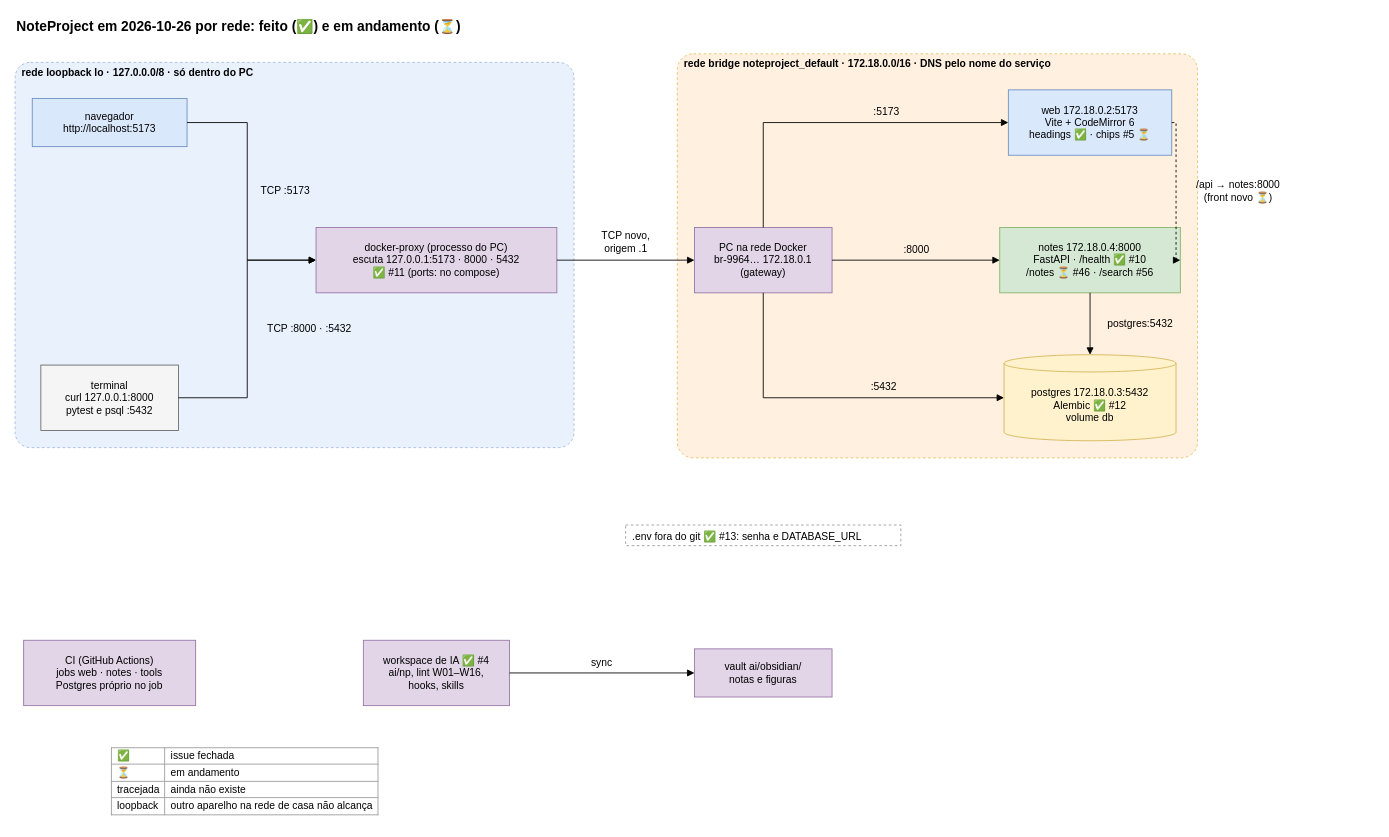
This is ai/kb/diagramas/o-que-ja-foi-feito.drawio from LuccaRh/NoteProject, a draw.io file, before an edit. Source tidied: cells renumbered, new cells numbered last; positions are measured from the earlier drawing's top-left corner, leaving out a move shared by most shapes. Both pictures are drawn from the tidied source at 86%, with x=0, y=0 at pixel (15, 15).
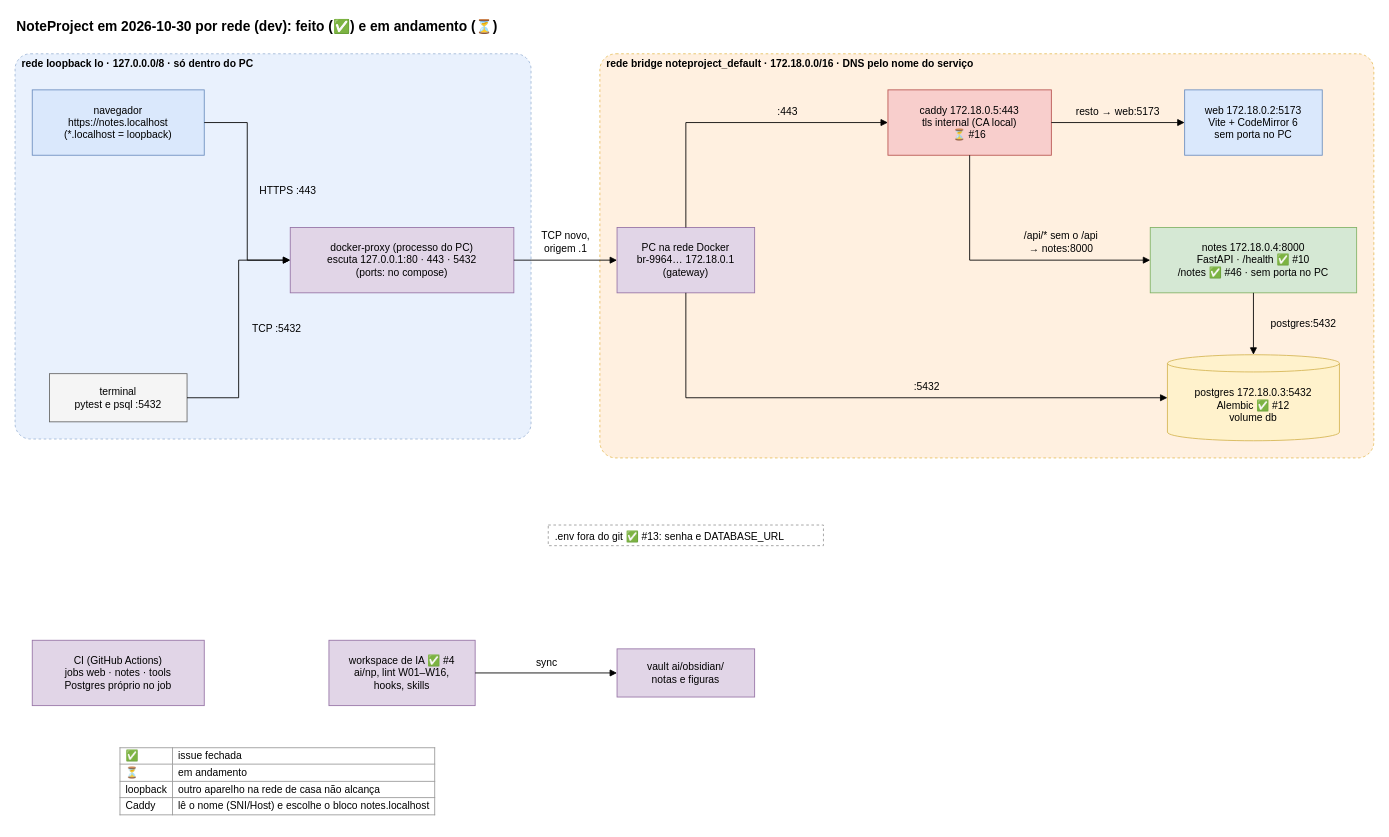
Above is the later version.

The edit, as a diff of the source:
```diff
@@
-    <mxCell id="2" value="NoteProject em 2026-10-26 por rede: feito (✅) e em andamento (⏳)" style="text;html=1;align=left;verticalAlign=middle;fontSize=16;fontStyle=1;" parent="1" vertex="1">
-      <mxGeometry width="603" height="26" as="geometry" />
+    <mxCell id="2" value="NoteProject em 2026-10-30 por rede (dev): feito (✅) e em andamento (⏳)" style="text;html=1;align=left;verticalAlign=middle;fontSize=16;fontStyle=1;" parent="1" vertex="1">
+      <mxGeometry width="658" height="26" as="geometry" />
     </mxCell>
+    <mxCell id="4" style="rounded=1;arcSize=4;dashed=1;html=1;fontSize=12;fillColor=#ffe6cc;strokeColor=#d79b00;opacity=60;" parent="1" vertex="1">
+      <mxGeometry x="680" y="45" width="900" height="470" as="geometry" />
+    </mxCell>
     <mxCell id="3" style="rounded=1;arcSize=4;dashed=1;html=1;fontSize=12;fillColor=#dae8fc;strokeColor=#6c8ebf;opacity=60;" parent="1" vertex="1">
-      <mxGeometry y="55" width="650" height="448" as="geometry" />
+      <mxGeometry y="45" width="600" height="448" as="geometry" />
     </mxCell>
-    <mxCell id="4" style="rounded=1;arcSize=4;dashed=1;html=1;fontSize=12;fillColor=#ffe6cc;strokeColor=#d79b00;opacity=60;" parent="1" vertex="1">
-      <mxGeometry x="770" y="45" width="605" height="470" as="geometry" />
-    </mxCell>
-    <mxCell id="5" value="navegador&lt;br&gt;http://localhost:5173" style="html=1;whiteSpace=wrap;fontSize=12;rounded=0;fillColor=#dae8fc;strokeColor=#6c8ebf;" parent="1" vertex="1">
-      <mxGeometry x="20" y="97" width="180" height="56" as="geometry" />
+    <mxCell id="5" value="navegador&lt;br&gt;https://notes.localhost&lt;br&gt;(*.localhost = loopback)" style="html=1;whiteSpace=wrap;fontSize=12;rounded=0;fillColor=#dae8fc;strokeColor=#6c8ebf;" parent="1" vertex="1">
+      <mxGeometry x="20" y="87" width="200" height="76" as="geometry" />
     </mxCell>
-    <mxCell id="6" value="terminal&lt;br&gt;curl 127.0.0.1:8000&lt;br&gt;pytest e psql :5432" style="html=1;whiteSpace=wrap;fontSize=12;rounded=0;fillColor=#f5f5f5;strokeColor=#666666;" parent="1" vertex="1">
-      <mxGeometry x="30" y="407" width="160" height="76" as="geometry" />
+    <mxCell id="6" value="terminal&lt;br&gt;pytest e psql :5432" style="html=1;whiteSpace=wrap;fontSize=12;rounded=0;fillColor=#f5f5f5;strokeColor=#666666;" parent="1" vertex="1">
+      <mxGeometry x="40" y="417" width="160" height="56" as="geometry" />
     </mxCell>
-    <mxCell id="7" value="docker-proxy (processo do PC)&lt;br&gt;escuta 127.0.0.1:5173 · 8000 · 5432&lt;br&gt;✅ #11 (ports: no compose)" style="html=1;whiteSpace=wrap;fontSize=12;rounded=0;fillColor=#e1d5e7;strokeColor=#9673a6;" parent="1" vertex="1">
-      <mxGeometry x="350" y="247" width="280" height="76" as="geometry" />
+    <mxCell id="7" value="docker-proxy (processo do PC)&lt;br&gt;escuta 127.0.0.1:80 · 443 · 5432&lt;br&gt;(ports: no compose)" style="html=1;whiteSpace=wrap;fontSize=12;rounded=0;fillColor=#e1d5e7;strokeColor=#9673a6;" parent="1" vertex="1">
+      <mxGeometry x="320" y="247" width="260" height="76" as="geometry" />
     </mxCell>
     <mxCell id="8" value="PC na rede Docker&lt;br&gt;br-9964… 172.18.0.1&lt;br&gt;(gateway)" style="html=1;whiteSpace=wrap;fontSize=12;rounded=0;fillColor=#e1d5e7;strokeColor=#9673a6;" parent="1" vertex="1">
-      <mxGeometry x="790" y="247" width="160" height="76" as="geometry" />
+      <mxGeometry x="700" y="247" width="160" height="76" as="geometry" />
     </mxCell>
+    <mxCell id="37" value="caddy 172.18.0.5:443&lt;br&gt;tls internal (CA local)&lt;br&gt;⏳ #16" style="html=1;whiteSpace=wrap;fontSize=12;rounded=0;fillColor=#f8cecc;strokeColor=#b85450;" parent="1" vertex="1">
+      <mxGeometry x="1015" y="87" width="190" height="76" as="geometry" />
+    </mxCell>
-    <mxCell id="9" value="web 172.18.0.2:5173&lt;br&gt;Vite + CodeMirror 6&lt;br&gt;headings ✅ · chips #5 ⏳" style="html=1;whiteSpace=wrap;fontSize=12;rounded=0;fillColor=#dae8fc;strokeColor=#6c8ebf;" parent="1" vertex="1">
-      <mxGeometry x="1155" y="87" width="190" height="76" as="geometry" />
+    <mxCell id="9" value="web 172.18.0.2:5173&lt;br&gt;Vite + CodeMirror 6&lt;br&gt;sem porta no PC" style="html=1;whiteSpace=wrap;fontSize=12;rounded=0;fillColor=#dae8fc;strokeColor=#6c8ebf;" parent="1" vertex="1">
+      <mxGeometry x="1360" y="87" width="160" height="76" as="geometry" />
     </mxCell>
-    <mxCell id="10" value="notes 172.18.0.4:8000&lt;br&gt;FastAPI · /health ✅ #10&lt;br&gt;/notes ⏳ #46 · /search #56" style="html=1;whiteSpace=wrap;fontSize=12;rounded=0;fillColor=#d5e8d4;strokeColor=#82b366;" parent="1" vertex="1">
-      <mxGeometry x="1145" y="247" width="210" height="76" as="geometry" />
+    <mxCell id="10" value="notes 172.18.0.4:8000&lt;br&gt;FastAPI · /health ✅ #10&lt;br&gt;/notes ✅ #46 · sem porta no PC" style="html=1;whiteSpace=wrap;fontSize=12;rounded=0;fillColor=#d5e8d4;strokeColor=#82b366;" parent="1" vertex="1">
+      <mxGeometry x="1320" y="247" width="240" height="76" as="geometry" />
     </mxCell>
     <mxCell id="11" value="postgres 172.18.0.3:5432&lt;br&gt;Alembic ✅ #12&lt;br&gt;volume db" style="html=1;whiteSpace=wrap;fontSize=12;shape=cylinder3;boundedLbl=1;backgroundOutline=1;size=10;fillColor=#fff2cc;strokeColor=#d6b656;" parent="1" vertex="1">
-      <mxGeometry x="1150" y="395" width="200" height="100" as="geometry" />
+      <mxGeometry x="1340" y="395" width="200" height="100" as="geometry" />
     </mxCell>
     <mxCell id="12" value=".env fora do git ✅ #13: senha e DATABASE_URL" style="text;html=1;whiteSpace=wrap;fontSize=12;align=left;verticalAlign=top;strokeColor=#999999;dashed=1;spacingLeft=6;" parent="1" vertex="1">
-      <mxGeometry x="710" y="593" width="320" height="24" as="geometry" />
+      <mxGeometry x="620" y="593" width="320" height="24" as="geometry" />
     </mxCell>
     <mxCell id="13" value="CI (GitHub Actions)&lt;br&gt;jobs web · notes · tools&lt;br&gt;Postgres próprio no job" style="html=1;whiteSpace=wrap;fontSize=12;rounded=0;fillColor=#e1d5e7;strokeColor=#9673a6;" parent="1" vertex="1">
-      <mxGeometry x="10" y="727" width="200" height="76" as="geometry" />
+      <mxGeometry x="20" y="727" width="200" height="76" as="geometry" />
     </mxCell>
     <mxCell id="14" value="workspace de IA ✅ #4&lt;br&gt;ai/np, lint W01–W16,&lt;br&gt;hooks, skills" style="html=1;whiteSpace=wrap;fontSize=12;rounded=0;fillColor=#e1d5e7;strokeColor=#9673a6;" parent="1" vertex="1">
-      <mxGeometry x="405" y="727" width="170" height="76" as="geometry" />
+      <mxGeometry x="365" y="727" width="170" height="76" as="geometry" />
     </mxCell>
     <mxCell id="15" value="vault ai/obsidian/&lt;br&gt;notas e figuras" style="html=1;whiteSpace=wrap;fontSize=12;rounded=0;fillColor=#e1d5e7;strokeColor=#9673a6;" parent="1" vertex="1">
-      <mxGeometry x="790" y="737" width="160" height="56" as="geometry" />
+      <mxGeometry x="700" y="737" width="160" height="56" as="geometry" />
     </mxCell>
     <mxCell id="16" style="html=1;rounded=0;endArrow=block;endFill=1;startArrow=none;" parent="1" edge="1">
       <mxGeometry relative="1" as="geometry">
-        <mxPoint x="200" y="125" as="sourcePoint" />
-        <mxPoint x="350" y="285" as="targetPoint" />
+        <mxPoint x="220" y="125" as="sourcePoint" />
+        <mxPoint x="320" y="285" as="targetPoint" />
         <Array as="points">
           <mxPoint x="270" y="125" />
           <mxPoint x="270" y="285" />
         </Array>
       </mxGeometry>
     </mxCell>
     <mxCell id="17" style="html=1;rounded=0;endArrow=block;endFill=1;startArrow=none;" parent="1" edge="1">
       <mxGeometry relative="1" as="geometry">
-        <mxPoint x="190" y="445" as="sourcePoint" />
-        <mxPoint x="350" y="285" as="targetPoint" />
+        <mxPoint x="200" y="445" as="sourcePoint" />
+        <mxPoint x="320" y="285" as="targetPoint" />
         <Array as="points">
-          <mxPoint x="270" y="445" />
-          <mxPoint x="270" y="285" />
+          <mxPoint x="260" y="445" />
+          <mxPoint x="260" y="285" />
         </Array>
       </mxGeometry>
     </mxCell>
     <mxCell id="18" style="html=1;rounded=0;endArrow=block;endFill=1;startArrow=none;" parent="1" edge="1">
       <mxGeometry relative="1" as="geometry">
-        <mxPoint x="630" y="285" as="sourcePoint" />
-        <mxPoint x="790" y="285" as="targetPoint" />
+        <mxPoint x="580" y="285" as="sourcePoint" />
+        <mxPoint x="700" y="285" as="targetPoint" />
       </mxGeometry>
     </mxCell>
     <mxCell id="19" style="html=1;rounded=0;endArrow=block;endFill=1;startArrow=none;" parent="1" edge="1">
       <mxGeometry relative="1" as="geometry">
-        <mxPoint x="870" y="247" as="sourcePoint" />
-        <mxPoint x="1155" y="125" as="targetPoint" />
+        <mxPoint x="780" y="247" as="sourcePoint" />
+        <mxPoint x="1015" y="125" as="targetPoint" />
         <Array as="points">
-          <mxPoint x="870" y="125" />
+          <mxPoint x="780" y="125" />
         </Array>
       </mxGeometry>
     </mxCell>
     <mxCell id="20" style="html=1;rounded=0;endArrow=block;endFill=1;startArrow=none;" parent="1" edge="1">
       <mxGeometry relative="1" as="geometry">
-        <mxPoint x="950" y="285" as="sourcePoint" />
-        <mxPoint x="1145" y="285" as="targetPoint" />
+        <mxPoint x="1205" y="125" as="sourcePoint" />
+        <mxPoint x="1360" y="125" as="targetPoint" />
       </mxGeometry>
     </mxCell>
     <mxCell id="21" style="html=1;rounded=0;endArrow=block;endFill=1;startArrow=none;" parent="1" edge="1">
       <mxGeometry relative="1" as="geometry">
-        <mxPoint x="870" y="323" as="sourcePoint" />
-        <mxPoint x="1150" y="445" as="targetPoint" />
+        <mxPoint x="1110" y="163" as="sourcePoint" />
+        <mxPoint x="1320" y="285" as="targetPoint" />
         <Array as="points">
-          <mxPoint x="870" y="445" />
+          <mxPoint x="1110" y="285" />
         </Array>
       </mxGeometry>
     </mxCell>
-    <mxCell id="22" style="html=1;rounded=0;endArrow=block;endFill=1;startArrow=none;dashed=1;" parent="1" edge="1">
+    <mxCell id="22" style="html=1;rounded=0;endArrow=block;endFill=1;startArrow=none;" parent="1" edge="1">
       <mxGeometry relative="1" as="geometry">
-        <mxPoint x="1345" y="125" as="sourcePoint" />
-        <mxPoint x="1355" y="285" as="targetPoint" />
+        <mxPoint x="780" y="323" as="sourcePoint" />
+        <mxPoint x="1340" y="445" as="targetPoint" />
         <Array as="points">
-          <mxPoint x="1350" y="125" />
-          <mxPoint x="1350" y="285" />
+          <mxPoint x="780" y="445" />
         </Array>
       </mxGeometry>
     </mxCell>
     <mxCell id="23" style="html=1;rounded=0;endArrow=block;endFill=1;startArrow=none;" parent="1" edge="1">
       <mxGeometry relative="1" as="geometry">
-        <mxPoint x="1250" y="323" as="sourcePoint" />
-        <mxPoint x="1250" y="395" as="targetPoint" />
+        <mxPoint x="1440" y="323" as="sourcePoint" />
+        <mxPoint x="1440" y="395" as="targetPoint" />
       </mxGeometry>
     </mxCell>
     <mxCell id="24" style="html=1;rounded=0;endArrow=block;endFill=1;startArrow=none;" parent="1" edge="1">
       <mxGeometry relative="1" as="geometry">
-        <mxPoint x="575" y="765" as="sourcePoint" />
-        <mxPoint x="790" y="765" as="targetPoint" />
+        <mxPoint x="535" y="765" as="sourcePoint" />
+        <mxPoint x="700" y="765" as="targetPoint" />
       </mxGeometry>
     </mxCell>
     <mxCell id="25" value="&lt;b&gt;rede loopback lo · 127.0.0.0/8 · só dentro do PC&lt;/b&gt;" style="text;html=1;align=left;verticalAlign=middle;fontSize=12;" parent="1" vertex="1">
-      <mxGeometry x="6" y="58" width="352" height="18" as="geometry" />
+      <mxGeometry x="6" y="48" width="352" height="18" as="geometry" />
     </mxCell>
     <mxCell id="26" value="&lt;b&gt;rede bridge noteproject_default · 172.18.0.0/16 · DNS pelo nome do serviço&lt;/b&gt;" style="text;html=1;align=left;verticalAlign=middle;fontSize=12;" parent="1" vertex="1">
-      <mxGeometry x="776" y="48" width="527" height="18" as="geometry" />
+      <mxGeometry x="686" y="48" width="527" height="18" as="geometry" />
     </mxCell>
-    <mxCell id="27" value="TCP :5173" style="text;html=1;align=center;verticalAlign=middle;fontSize=12;" parent="1" vertex="1">
-      <mxGeometry x="274" y="196" width="79" height="18" as="geometry" />
+    <mxCell id="27" value="HTTPS :443" style="text;html=1;align=center;verticalAlign=middle;fontSize=12;" parent="1" vertex="1">
+      <mxGeometry x="274" y="196" width="86" height="18" as="geometry" />
     </mxCell>
-    <mxCell id="28" value="TCP :8000 · :5432" style="text;html=1;align=center;verticalAlign=middle;fontSize=12;" parent="1" vertex="1">
-      <mxGeometry x="274" y="356" width="135" height="18" as="geometry" />
+    <mxCell id="28" value="TCP :5432" style="text;html=1;align=center;verticalAlign=middle;fontSize=12;" parent="1" vertex="1">
+      <mxGeometry x="264" y="356" width="79" height="18" as="geometry" />
     </mxCell>
     <mxCell id="29" value="TCP novo,&lt;br&gt;origem .1" style="text;html=1;align=center;verticalAlign=middle;fontSize=12;" parent="1" vertex="1">
-      <mxGeometry x="670" y="246" width="79" height="36" as="geometry" />
+      <mxGeometry x="600" y="246" width="79" height="36" as="geometry" />
     </mxCell>
-    <mxCell id="30" value=":5173" style="text;html=1;align=center;verticalAlign=middle;fontSize=12;" parent="1" vertex="1">
-      <mxGeometry x="987" y="104" width="51" height="18" as="geometry" />
+    <mxCell id="30" value=":443" style="text;html=1;align=center;verticalAlign=middle;fontSize=12;" parent="1" vertex="1">
+      <mxGeometry x="876" y="104" width="44" height="18" as="geometry" />
     </mxCell>
-    <mxCell id="31" value=":8000" style="text;html=1;align=center;verticalAlign=middle;fontSize=12;" parent="1" vertex="1">
-      <mxGeometry x="1022" y="264" width="51" height="18" as="geometry" />
+    <mxCell id="31" value="resto → web:5173" style="text;html=1;align=center;verticalAlign=middle;fontSize=12;" parent="1" vertex="1">
+      <mxGeometry x="1218" y="104" width="128" height="18" as="geometry" />
     </mxCell>
-    <mxCell id="32" value=":5432" style="text;html=1;align=center;verticalAlign=middle;fontSize=12;" parent="1" vertex="1">
-      <mxGeometry x="984" y="424" width="51" height="18" as="geometry" />
+    <mxCell id="32" value="/api/* sem o /api&lt;br&gt;→ notes:8000" style="text;html=1;align=center;verticalAlign=middle;fontSize=12;" parent="1" vertex="1">
+      <mxGeometry x="1148" y="246" width="135" height="36" as="geometry" />
     </mxCell>
-    <mxCell id="33" value="/api → notes:8000&lt;br&gt;(front novo ⏳)" style="text;html=1;align=center;verticalAlign=middle;fontSize=12;" parent="1" vertex="1">
-      <mxGeometry x="1354" y="187" width="135" height="36" as="geometry" />
+    <mxCell id="33" value=":5432" style="text;html=1;align=center;verticalAlign=middle;fontSize=12;" parent="1" vertex="1">
+      <mxGeometry x="1034" y="424" width="51" height="18" as="geometry" />
     </mxCell>
     <mxCell id="34" value="postgres:5432" style="text;html=1;align=center;verticalAlign=middle;fontSize=12;" parent="1" vertex="1">
-      <mxGeometry x="1254" y="350" width="107" height="18" as="geometry" />
+      <mxGeometry x="1444" y="350" width="107" height="18" as="geometry" />
     </mxCell>
     <mxCell id="35" value="sync" style="text;html=1;align=center;verticalAlign=middle;fontSize=12;" parent="1" vertex="1">
-      <mxGeometry x="660" y="744" width="44" height="18" as="geometry" />
+      <mxGeometry x="596" y="744" width="44" height="18" as="geometry" />
     </mxCell>
-    <mxCell id="36" value="&lt;table style=&quot;border-collapse:collapse;font-size:12px&quot;&gt;&lt;tr&gt;&lt;td style=&quot;border:1px solid #999;padding:2px 6px;text-align:left&quot;&gt;✅&lt;/td&gt;&lt;td style=&quot;border:1px solid #999;padding:2px 6px;text-align:left&quot;&gt;issue fechada&lt;/td&gt;&lt;/tr&gt;&lt;tr&gt;&lt;td style=&quot;border:1px solid #999;padding:2px 6px;text-align:left&quot;&gt;⏳&lt;/td&gt;&lt;td style=&quot;border:1px solid #999;padding:2px 6px;text-align:left&quot;&gt;em andamento&lt;/td&gt;&lt;/tr&gt;&lt;tr&gt;&lt;td style=&quot;border:1px solid #999;padding:2px 6px;text-align:left&quot;&gt;tracejada&lt;/td&gt;&lt;td style=&quot;border:1px solid #999;padding:2px 6px;text-align:left&quot;&gt;ainda não existe&lt;/td&gt;&lt;/tr&gt;&lt;tr&gt;&lt;td style=&quot;border:1px solid #999;padding:2px 6px;text-align:left&quot;&gt;loopback&lt;/td&gt;&lt;td style=&quot;border:1px solid #999;padding:2px 6px;text-align:left&quot;&gt;outro aparelho na rede de casa não alcança&lt;/td&gt;&lt;/tr&gt;&lt;/table&gt;" style="text;html=1;align=left;verticalAlign=top;whiteSpace=wrap;fontSize=12;" parent="1" vertex="1">
-      <mxGeometry x="110" y="845" width="409" height="94" as="geometry" />
+    <mxCell id="36" value="&lt;table style=&quot;border-collapse:collapse;font-size:12px&quot;&gt;&lt;tr&gt;&lt;td style=&quot;border:1px solid #999;padding:2px 6px;text-align:left&quot;&gt;✅&lt;/td&gt;&lt;td style=&quot;border:1px solid #999;padding:2px 6px;text-align:left&quot;&gt;issue fechada&lt;/td&gt;&lt;/tr&gt;&lt;tr&gt;&lt;td style=&quot;border:1px solid #999;padding:2px 6px;text-align:left&quot;&gt;⏳&lt;/td&gt;&lt;td style=&quot;border:1px solid #999;padding:2px 6px;text-align:left&quot;&gt;em andamento&lt;/td&gt;&lt;/tr&gt;&lt;tr&gt;&lt;td style=&quot;border:1px solid #999;padding:2px 6px;text-align:left&quot;&gt;loopback&lt;/td&gt;&lt;td style=&quot;border:1px solid #999;padding:2px 6px;text-align:left&quot;&gt;outro aparelho na rede de casa não alcança&lt;/td&gt;&lt;/tr&gt;&lt;tr&gt;&lt;td style=&quot;border:1px solid #999;padding:2px 6px;text-align:left&quot;&gt;Caddy&lt;/td&gt;&lt;td style=&quot;border:1px solid #999;padding:2px 6px;text-align:left&quot;&gt;lê o nome (SNI/Host) e escolhe o bloco notes.localhost&lt;/td&gt;&lt;/tr&gt;&lt;/table&gt;" style="text;html=1;align=left;verticalAlign=top;whiteSpace=wrap;fontSize=12;" parent="1" vertex="1">
+      <mxGeometry x="120" y="845" width="486" height="94" as="geometry" />
     </mxCell>
```
